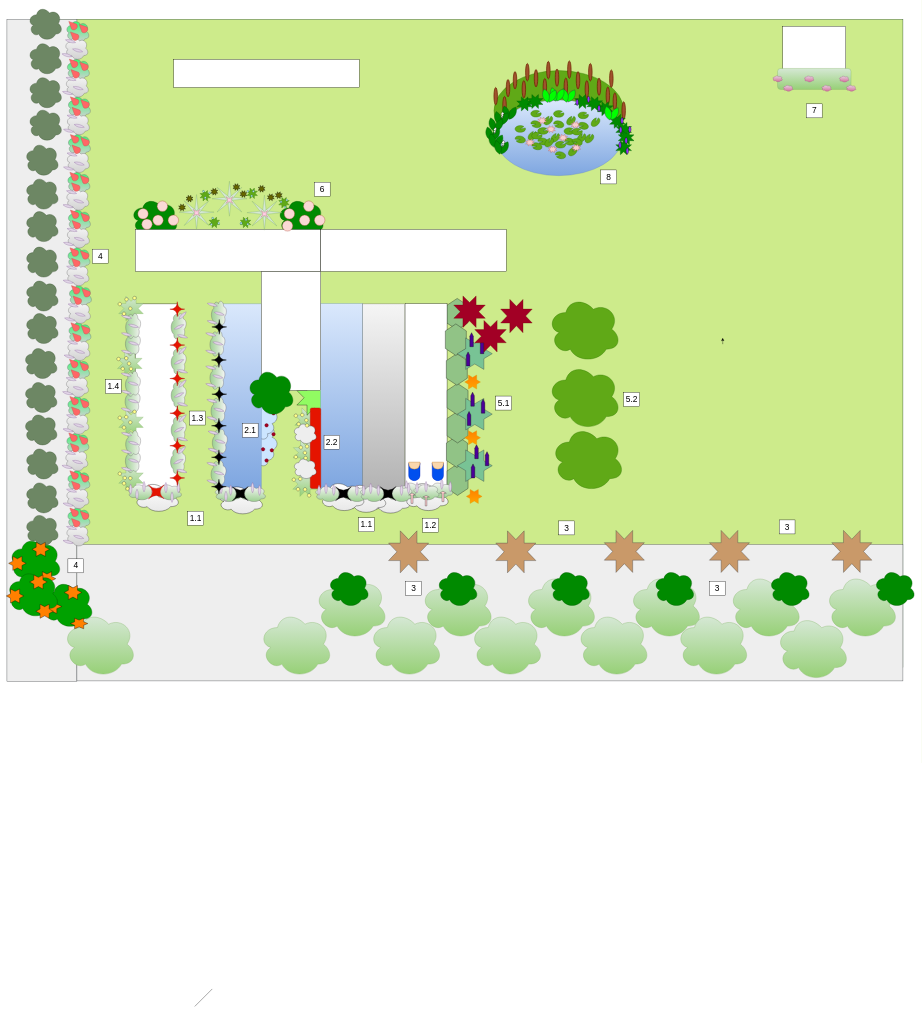
Above: IsladePileo.drawio in Matiaslegon/diagramas-TUP (draw.io), before the change. Source tidied: cells renumbered, new cells numbered last; positions are measured from the earlier drawing's top-left corner, leaving out a move shared by most shapes. Both pictures are drawn from the tidied source at 35%, with x=0, y=0 at pixel (6, 6).
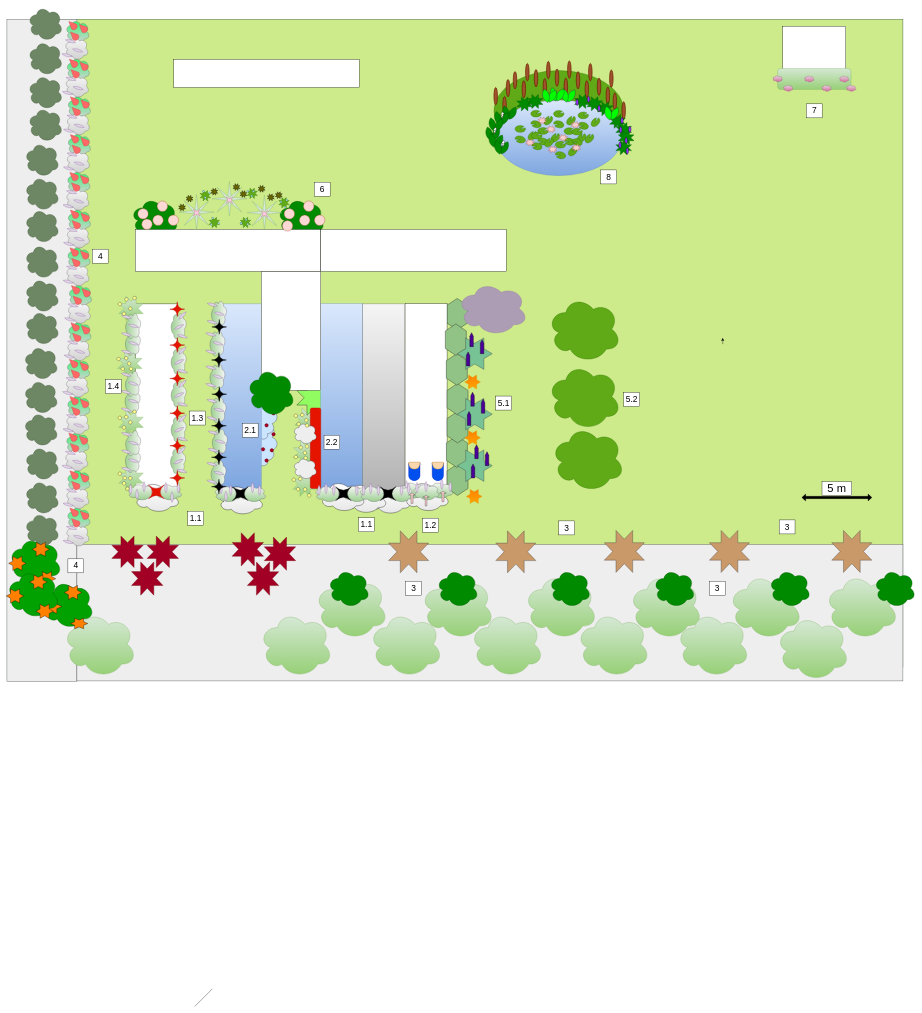
Above is the later version.

What changed in the source:
```diff
@@
-    <mxCell id="27" style="verticalLabelPosition=bottom;verticalAlign=top;html=1;shape=mxgraph.basic.8_point_star;fillColor=#a20025;fontColor=#ffffff;strokeColor=#6F0000;" parent="1" vertex="1">
-      <mxGeometry x="1278" y="828" width="90" height="90" as="geometry" />
-    </mxCell>
-    <mxCell id="28" style="verticalLabelPosition=bottom;verticalAlign=top;html=1;shape=mxgraph.basic.8_point_star;fillColor=#a20025;fontColor=#ffffff;strokeColor=#6F0000;" parent="1" vertex="1">
-      <mxGeometry x="1412" y="838" width="90" height="95" as="geometry" />
-    </mxCell>
@@
-    <mxCell id="47" style="verticalLabelPosition=bottom;verticalAlign=top;html=1;shape=mxgraph.basic.8_point_star;fillColor=#a20025;fontColor=#ffffff;strokeColor=#6F0000;" parent="1" vertex="1">
-      <mxGeometry x="1338" y="898" width="90" height="90" as="geometry" />
-    </mxCell>
@@
+    <mxCell id="576" style="verticalLabelPosition=bottom;verticalAlign=top;html=1;shape=mxgraph.basic.8_point_star;fillColor=#a20025;fontColor=#ffffff;strokeColor=#6F0000;" parent="1" vertex="1">
+      <mxGeometry x="300.8" y="1514.2" width="90" height="90" as="geometry" />
+    </mxCell>
+    <mxCell id="577" style="verticalLabelPosition=bottom;verticalAlign=top;html=1;shape=mxgraph.basic.8_point_star;fillColor=#a20025;fontColor=#ffffff;strokeColor=#6F0000;" parent="1" vertex="1">
+      <mxGeometry x="357.2" y="1588" width="90" height="95" as="geometry" />
+    </mxCell>
+    <mxCell id="578" style="verticalLabelPosition=bottom;verticalAlign=top;html=1;shape=mxgraph.basic.8_point_star;fillColor=#a20025;fontColor=#ffffff;strokeColor=#6F0000;" parent="1" vertex="1">
+      <mxGeometry x="401.7" y="1514.2" width="90" height="90" as="geometry" />
+    </mxCell>
+    <mxCell id="579" style="verticalLabelPosition=bottom;verticalAlign=top;html=1;shape=mxgraph.basic.8_point_star;fillColor=#a20025;fontColor=#ffffff;strokeColor=#6F0000;" parent="1" vertex="1">
+      <mxGeometry x="644.5" y="1504.6" width="90" height="95" as="geometry" />
+    </mxCell>
+    <mxCell id="580" style="verticalLabelPosition=bottom;verticalAlign=top;html=1;shape=mxgraph.basic.8_point_star;fillColor=#a20025;fontColor=#ffffff;strokeColor=#6F0000;" parent="1" vertex="1">
+      <mxGeometry x="688" y="1588.3" width="90" height="95" as="geometry" />
+    </mxCell>
+    <mxCell id="581" style="verticalLabelPosition=bottom;verticalAlign=top;html=1;shape=mxgraph.basic.8_point_star;fillColor=#a20025;fontColor=#ffffff;strokeColor=#6F0000;" parent="1" vertex="1">
+      <mxGeometry x="736.4" y="1517.1" width="90" height="95" as="geometry" />
+    </mxCell>
+    <mxCell id="582" style="ellipse;shape=cloud;whiteSpace=wrap;html=1;fillColor=light-dark(#ac9db4, #392f3f);strokeColor=#9673a6;" parent="1" vertex="1">
+      <mxGeometry x="1288" y="786.9" width="201.3" height="154.3" as="geometry" />
+    </mxCell>
+    <mxCell id="583" style="shape=doubleArrow;whiteSpace=wrap;html=1;arrowWidth=0.3386554530351987;arrowSize=0.05396555933459012;fillColor=#000000;fontColor=#ffffff;strokeColor=#000000;" parent="1" vertex="1">
+      <mxGeometry x="2272.6" y="1394.2" width="200" height="19.4" as="geometry" />
+    </mxCell>
+    <mxCell id="584" value="&lt;font style=&quot;font-size: 32px;&quot;&gt;5 m&lt;/font&gt;" style="rounded=0;whiteSpace=wrap;html=1;" parent="1" vertex="1">
+      <mxGeometry x="2330.1" y="1358.6" width="85" height="40" as="geometry" />
+    </mxCell>
```
